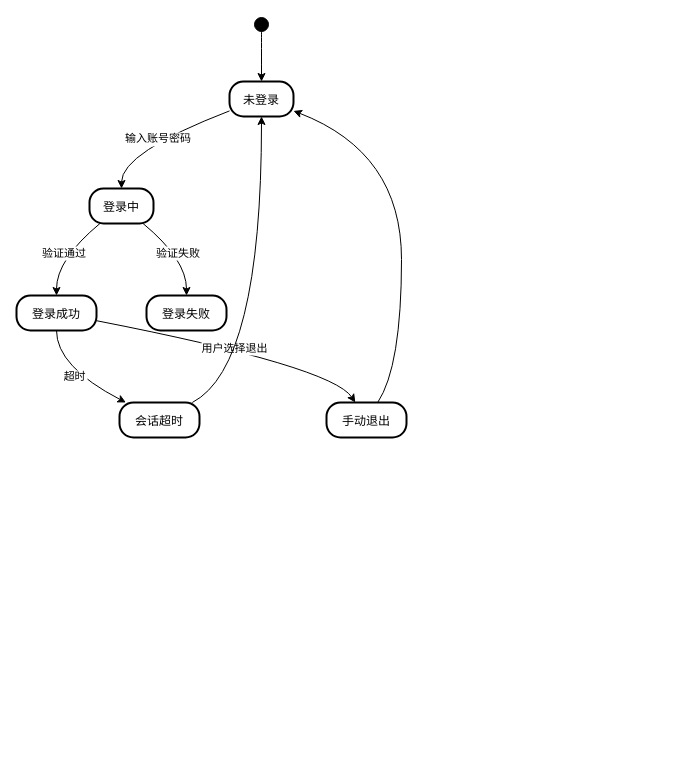
The draw.io diagram draw.io/状态图:用户会话.drawio in lijc210/app_storage, before the edit. Source tidied: cells renumbered, new cells numbered last; positions are measured from the earlier drawing's top-left corner, leaving out a move shared by most shapes. Both pictures are drawn from the tidied source at 100%, with x=0, y=0 at pixel (16, 17).
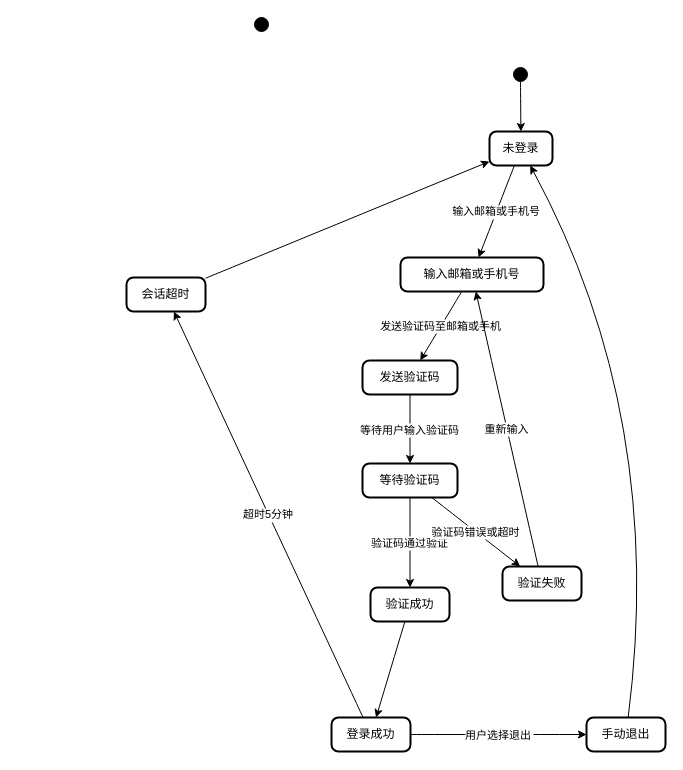
Above is the later version.

Commit message:
更新状态图:用户会话.drawio

Unchanged cells that the change refers to:
```xml
<mxCell id="2" style="ellipse;fillColor=strokeColor;" parent="1" vertex="1">
  <mxGeometry x="238" width="14" height="14" as="geometry" />
</mxCell>
```

What changed in the source:
```diff
@@
+    <mxCell id="17" style="ellipse;fillColor=strokeColor;" parent="1" vertex="1">
+      <mxGeometry x="497" y="50" width="14" height="14" as="geometry" />
+    </mxCell>
-    <mxCell id="3" value="未登录" style="rounded=1;arcSize=40;strokeWidth=2;" parent="1" vertex="1">
-      <mxGeometry x="213" y="64" width="64" height="35" as="geometry" />
+    <mxCell id="3" value="未登录" style="rounded=1;absoluteArcSize=1;arcSize=14;whiteSpace=wrap;strokeWidth=2;" parent="1" vertex="1">
+      <mxGeometry x="473" y="114" width="63" height="34" as="geometry" />
     </mxCell>
-    <mxCell id="4" value="登录中" style="rounded=1;arcSize=40;strokeWidth=2;" parent="1" vertex="1">
-      <mxGeometry x="73" y="171" width="64" height="35" as="geometry" />
-    </mxCell>
+    <mxCell id="18" value="输入邮箱或手机号" style="rounded=1;absoluteArcSize=1;arcSize=14;whiteSpace=wrap;strokeWidth=2;" parent="1" vertex="1">
+      <mxGeometry x="384" y="240" width="143" height="34" as="geometry" />
+    </mxCell>
+    <mxCell id="19" value="发送验证码" style="rounded=1;absoluteArcSize=1;arcSize=14;whiteSpace=wrap;strokeWidth=2;" parent="1" vertex="1">
+      <mxGeometry x="346" y="343" width="95" height="34" as="geometry" />
+    </mxCell>
+    <mxCell id="20" value="等待验证码" style="rounded=1;absoluteArcSize=1;arcSize=14;whiteSpace=wrap;strokeWidth=2;" parent="1" vertex="1">
+      <mxGeometry x="346" y="446" width="95" height="34" as="geometry" />
+    </mxCell>
+    <mxCell id="21" value="验证成功" style="rounded=1;absoluteArcSize=1;arcSize=14;whiteSpace=wrap;strokeWidth=2;" parent="1" vertex="1">
+      <mxGeometry x="354" y="570" width="79" height="34" as="geometry" />
+    </mxCell>
+    <mxCell id="12" value="验证失败" style="rounded=1;absoluteArcSize=1;arcSize=14;whiteSpace=wrap;strokeWidth=2;" parent="1" vertex="1">
+      <mxGeometry x="486" y="549" width="79" height="34" as="geometry" />
+    </mxCell>
-    <mxCell id="5" value="登录成功" style="rounded=1;arcSize=40;strokeWidth=2;" parent="1" vertex="1">
-      <mxGeometry y="278" width="80" height="35" as="geometry" />
+    <mxCell id="5" value="登录成功" style="rounded=1;absoluteArcSize=1;arcSize=14;whiteSpace=wrap;strokeWidth=2;" parent="1" vertex="1">
+      <mxGeometry x="315" y="700" width="79" height="34" as="geometry" />
     </mxCell>
-    <mxCell id="6" value="登录失败" style="rounded=1;arcSize=40;strokeWidth=2;" parent="1" vertex="1">
-      <mxGeometry x="130" y="278" width="80" height="35" as="geometry" />
-    </mxCell>
-    <mxCell id="7" value="会话超时" style="rounded=1;arcSize=40;strokeWidth=2;" parent="1" vertex="1">
-      <mxGeometry x="103" y="385" width="80" height="35" as="geometry" />
+    <mxCell id="7" value="会话超时" style="rounded=1;absoluteArcSize=1;arcSize=14;whiteSpace=wrap;strokeWidth=2;" parent="1" vertex="1">
+      <mxGeometry x="110" y="260" width="79" height="34" as="geometry" />
     </mxCell>
-    <mxCell id="8" value="手动退出" style="rounded=1;arcSize=40;strokeWidth=2;" parent="1" vertex="1">
-      <mxGeometry x="310" y="385" width="80" height="35" as="geometry" />
+    <mxCell id="8" value="手动退出" style="rounded=1;absoluteArcSize=1;arcSize=14;whiteSpace=wrap;strokeWidth=2;" parent="1" vertex="1">
+      <mxGeometry x="570" y="700" width="79" height="34" as="geometry" />
     </mxCell>
-    <mxCell id="9" style="curved=1;startArrow=none;exitX=0.5;exitY=1;entryX=0.5;entryY=0;rounded=0;" parent="1" edge="1" source="2" target="3">
-      <mxGeometry relative="1" as="geometry" />
-    </mxCell>
-    <mxCell id="10" value="输入账号密码" style="curved=1;startArrow=none;exitX=0;exitY=0.84;entryX=0.5;entryY=0;rounded=0;" parent="1" edge="1" source="3" target="4">
-      <mxGeometry relative="1" as="geometry">
-        <Array as="points">
-          <mxPoint x="105" y="135" />
-        </Array>
-      </mxGeometry>
-    </mxCell>
-    <mxCell id="11" value="验证通过" style="curved=1;startArrow=none;exitX=0.17;exitY=0.99;entryX=0.5;entryY=0;rounded=0;" parent="1" edge="1" source="4" target="5">
-      <mxGeometry relative="1" as="geometry">
-        <Array as="points">
-          <mxPoint x="40" y="242" />
-        </Array>
-      </mxGeometry>
-    </mxCell>
-    <mxCell id="12" value="验证失败" style="curved=1;startArrow=none;exitX=0.83;exitY=0.99;entryX=0.5;entryY=0;rounded=0;" parent="1" edge="1" source="4" target="6">
-      <mxGeometry relative="1" as="geometry">
-        <Array as="points">
-          <mxPoint x="170" y="242" />
-        </Array>
-      </mxGeometry>
-    </mxCell>
+    <mxCell id="22" style="curved=1;startArrow=none;rounded=0;" parent="1" edge="1" source="17" target="3">
+      <mxGeometry relative="1" as="geometry" />
+    </mxCell>
+    <mxCell id="23" value="输入邮箱或手机号" style="curved=1;startArrow=none;rounded=0;" parent="1" edge="1" source="3" target="18">
+      <mxGeometry relative="1" as="geometry" />
+    </mxCell>
+    <mxCell id="24" value="发送验证码至邮箱或手机" style="curved=1;startArrow=none;rounded=0;" parent="1" edge="1" source="18" target="19">
+      <mxGeometry relative="1" as="geometry" />
+    </mxCell>
+    <mxCell id="25" value="等待用户输入验证码" style="curved=1;startArrow=none;rounded=0;" parent="1" edge="1" source="19" target="20">
+      <mxGeometry relative="1" as="geometry" />
+    </mxCell>
+    <mxCell id="26" value="验证码通过验证" style="curved=1;startArrow=none;rounded=0;" parent="1" edge="1" source="20" target="21">
+      <mxGeometry relative="1" as="geometry" />
+    </mxCell>
+    <mxCell id="27" value="验证码错误或超时" style="curved=1;startArrow=none;rounded=0;" parent="1" edge="1" source="20" target="12">
+      <mxGeometry relative="1" as="geometry" />
+    </mxCell>
+    <mxCell id="28" style="curved=1;startArrow=none;rounded=0;" parent="1" edge="1" source="21" target="5">
+      <mxGeometry relative="1" as="geometry" />
+    </mxCell>
+    <mxCell id="29" value="重新输入" style="curved=1;startArrow=none;rounded=0;" parent="1" edge="1" source="12" target="18">
+      <mxGeometry relative="1" as="geometry" />
+    </mxCell>
-    <mxCell id="13" value="超时" style="curved=1;startArrow=none;exitX=0.5;exitY=0.99;entryX=0.08;entryY=0;rounded=0;" parent="1" edge="1" source="5" target="7">
-      <mxGeometry relative="1" as="geometry">
-        <Array as="points">
-          <mxPoint x="40" y="349" />
-        </Array>
-      </mxGeometry>
+    <mxCell id="13" value="超时5分钟" style="curved=1;startArrow=none;rounded=0;" parent="1" edge="1" source="5" target="7">
+      <mxGeometry relative="1" as="geometry" />
     </mxCell>
-    <mxCell id="14" value="用户选择退出" style="curved=1;startArrow=none;exitX=1;exitY=0.72;entryX=0.36;entryY=0;rounded=0;" parent="1" edge="1" source="5" target="8">
-      <mxGeometry relative="1" as="geometry">
-        <Array as="points">
-          <mxPoint x="315" y="349" />
-        </Array>
-      </mxGeometry>
+    <mxCell id="14" value="用户选择退出" style="curved=1;startArrow=none;rounded=0;" parent="1" edge="1" source="5" target="8">
+      <mxGeometry relative="1" as="geometry" />
     </mxCell>
-    <mxCell id="15" style="curved=1;startArrow=none;exitX=0.91;exitY=0;entryX=0.5;entryY=0.99;rounded=0;" parent="1" edge="1" source="7" target="3">
-      <mxGeometry relative="1" as="geometry">
-        <Array as="points">
-          <mxPoint x="245" y="349" />
-        </Array>
-      </mxGeometry>
+    <mxCell id="15" style="curved=1;startArrow=none;rounded=0;" parent="1" edge="1" source="7" target="3">
+      <mxGeometry relative="1" as="geometry" />
     </mxCell>
-    <mxCell id="16" style="curved=1;startArrow=none;exitX=0.64;exitY=0;entryX=1;entryY=0.84;rounded=0;" parent="1" edge="1" source="8" target="3">
+    <mxCell id="16" style="curved=1;startArrow=none;rounded=0;" parent="1" edge="1" source="8" target="3">
       <mxGeometry relative="1" as="geometry">
         <Array as="points">
-          <mxPoint x="385" y="349" />
-          <mxPoint x="385" y="135" />
+          <mxPoint x="650" y="400" />
         </Array>
       </mxGeometry>
     </mxCell>
```
